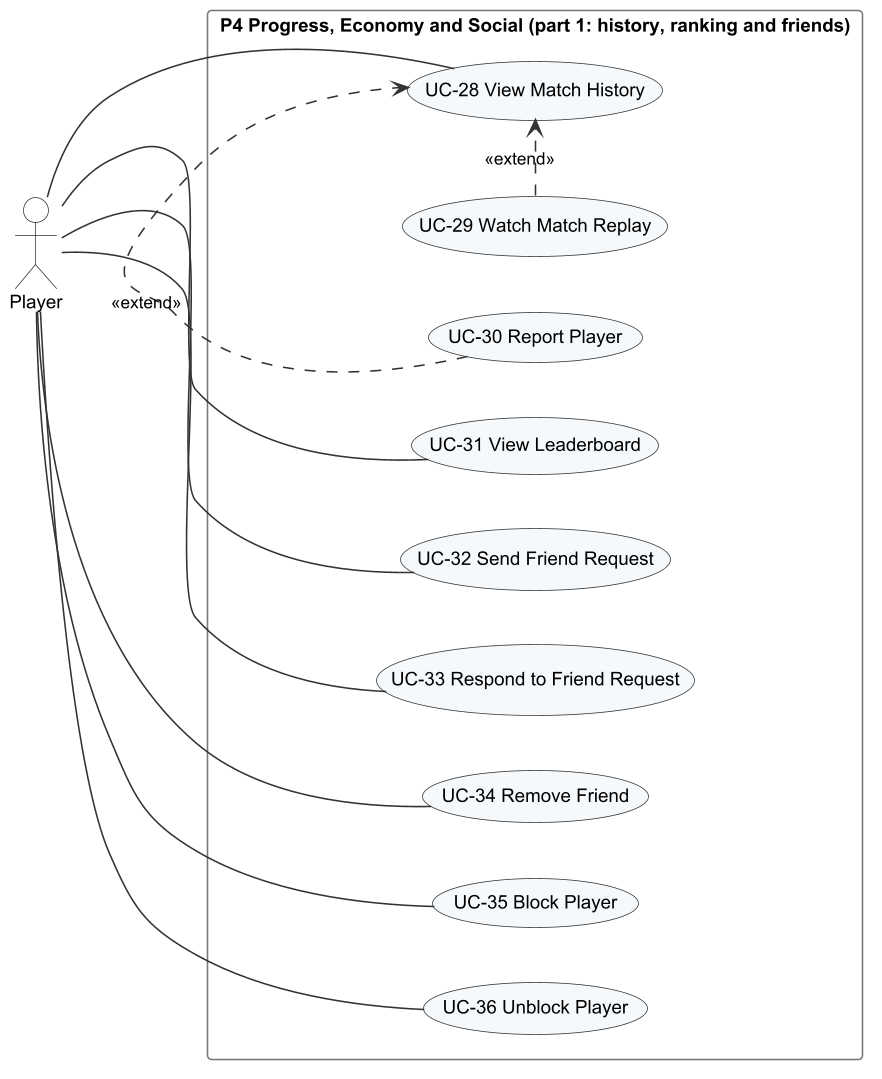
This is Doc/Project_report/Report/diagrams/png/r3_uc_p4a_social.png from Tad-Min/PickleVerse, a PlantUML export, as it was before one commit.
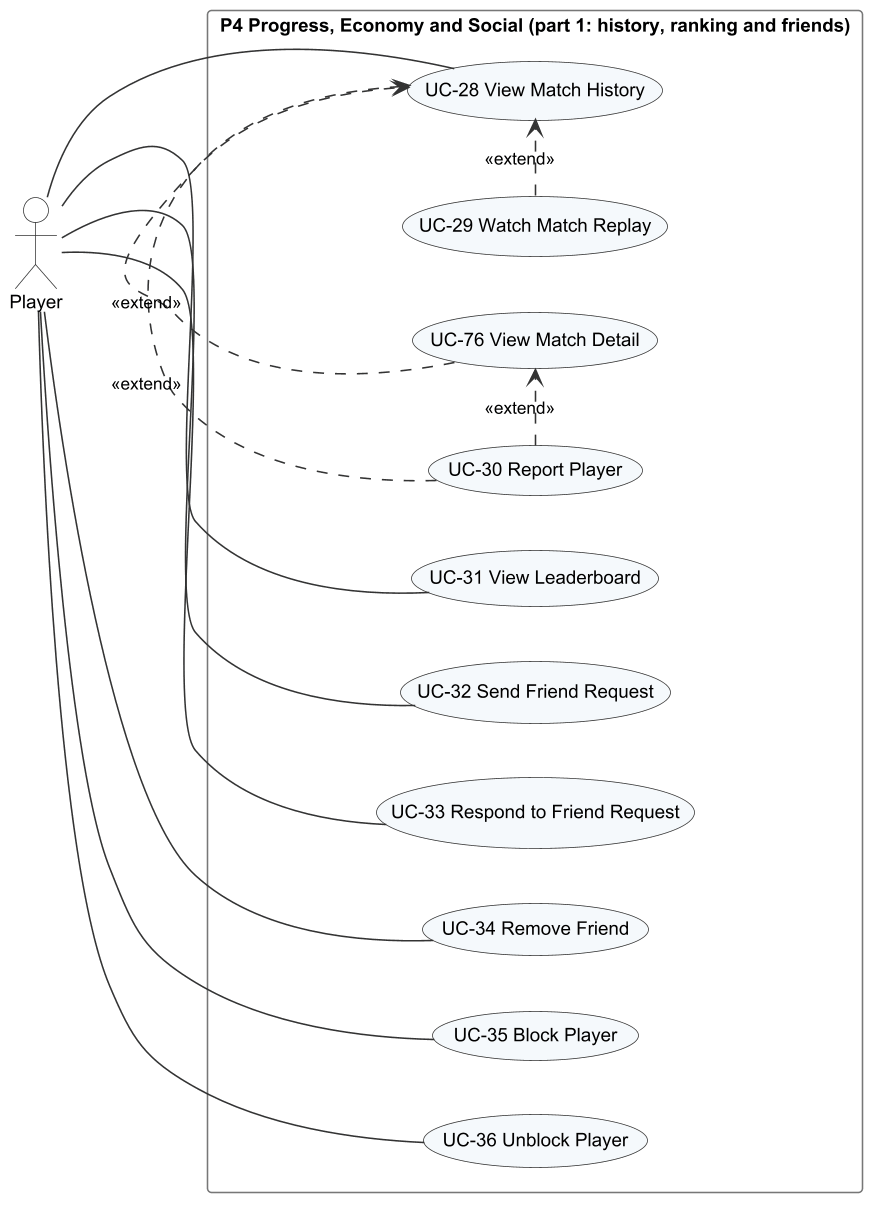
Later version of the same file.

The edit, as a diff of the source:
```diff
@@ -12,6 +12,7 @@
   usecase "UC-34 Remove Friend" as UC34
   usecase "UC-35 Block Player" as UC35
   usecase "UC-36 Unblock Player" as UC36
+  usecase "UC-76 View Match Detail" as UC76
 }
 Player -- UC28
 Player -- UC31
@@ -22,4 +23,6 @@
 Player -- UC36
 UC29 .> UC28 : <<extend>>
 UC30 .> UC28 : <<extend>>
+UC76 .> UC28 : <<extend>>
+UC30 .> UC76 : <<extend>>
 @enduml
```
